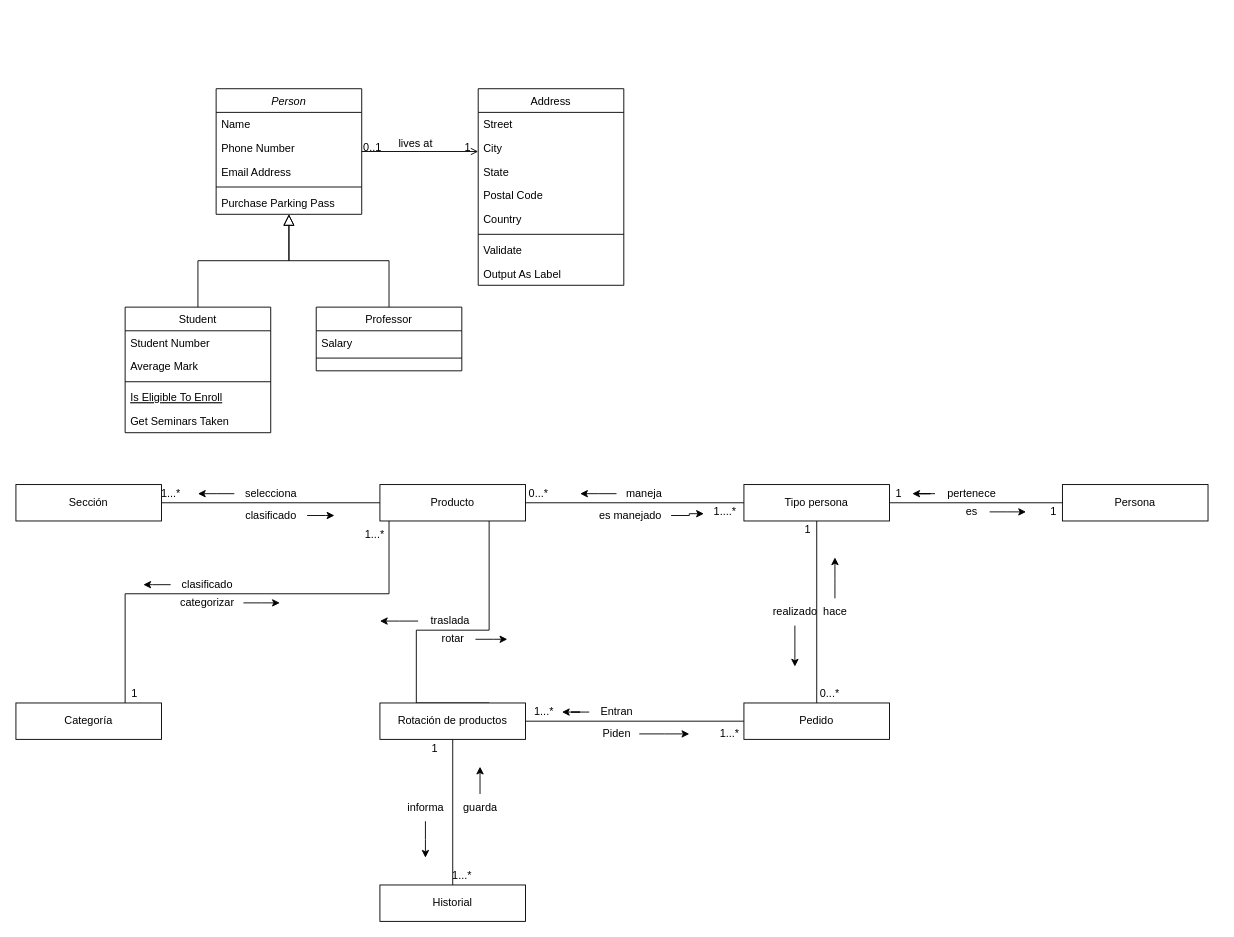
This is Extraclase/Modelo de dominio/Modelo de dominio detallado/Modelo de dominio detallado.drawio from DOOPan2022/Presupuesto, a draw.io file, before an edit. Source tidied: cells renumbered, new cells numbered last; positions are measured from the earlier drawing's top-left corner, leaving out a move shared by most shapes. Both pictures are drawn from the tidied source at 91%, with x=0, y=0 at pixel (15, 88).
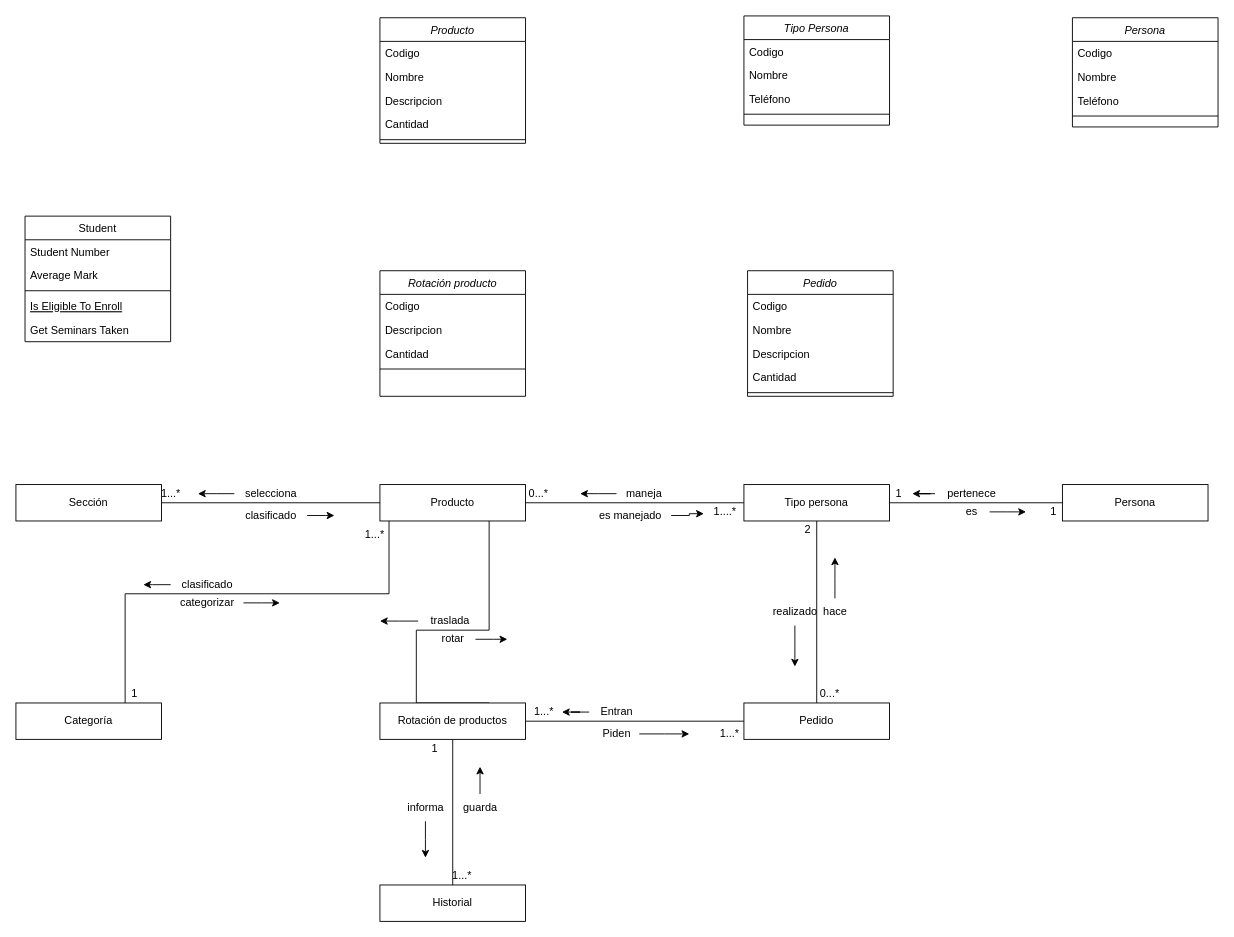
Above is the later version.

Change to the diagram source:
```diff
@@
-    <mxCell id="2" value="Person" style="swimlane;fontStyle=2;align=center;verticalAlign=top;horizontal=1;startSize=26;rounded=0;shadow=0;strokeWidth=1;" parent="1" vertex="1">
-      <mxGeometry x="220" width="160" height="138" as="geometry" />
+    <mxCell id="2" value="Persona" style="swimlane;fontStyle=2;align=center;verticalAlign=top;horizontal=1;startSize=26;rounded=0;shadow=0;strokeWidth=1;" parent="1" vertex="1">
+      <mxGeometry x="1161" y="-78" width="160" height="120" as="geometry" />
     </mxCell>
+    <mxCell id="93" value="Codigo" style="text;align=left;verticalAlign=top;spacingLeft=4;spacingRight=4;overflow=hidden;" parent="2" vertex="1">
+      <mxGeometry y="26" width="160" height="26" as="geometry" />
+    </mxCell>
-    <mxCell id="3" value="Name" style="text;align=left;verticalAlign=top;spacingLeft=4;spacingRight=4;overflow=hidden;" parent="2" vertex="1">
-      <mxGeometry y="26" width="160" height="26" as="geometry" />
+    <mxCell id="3" value="Nombre" style="text;align=left;verticalAlign=top;spacingLeft=4;spacingRight=4;overflow=hidden;" parent="2" vertex="1">
+      <mxGeometry y="52" width="160" height="26" as="geometry" />
     </mxCell>
-    <mxCell id="4" value="Phone Number" style="text;align=left;verticalAlign=top;spacingLeft=4;spacingRight=4;overflow=hidden;rounded=0;shadow=0;html=0;" parent="2" vertex="1">
-      <mxGeometry y="52" width="160" height="26" as="geometry" />
+    <mxCell id="4" value="Teléfono" style="text;align=left;verticalAlign=top;spacingLeft=4;spacingRight=4;overflow=hidden;rounded=0;shadow=0;html=0;" parent="2" vertex="1">
+      <mxGeometry y="78" width="160" height="26" as="geometry" />
     </mxCell>
-    <mxCell id="5" value="Email Address" style="text;align=left;verticalAlign=top;spacingLeft=4;spacingRight=4;overflow=hidden;rounded=0;shadow=0;html=0;" parent="2" vertex="1">
-      <mxGeometry y="78" width="160" height="26" as="geometry" />
-    </mxCell>
@@
-    <mxCell id="7" value="Purchase Parking Pass" style="text;align=left;verticalAlign=top;spacingLeft=4;spacingRight=4;overflow=hidden;" parent="2" vertex="1">
-      <mxGeometry y="112" width="160" height="26" as="geometry" />
-    </mxCell>
     <mxCell id="8" value="Student" style="swimlane;fontStyle=0;align=center;verticalAlign=top;horizontal=1;startSize=26;rounded=0;shadow=0;strokeWidth=1;" parent="1" vertex="1">
-      <mxGeometry x="120" y="240" width="160" height="138" as="geometry" />
+      <mxGeometry x="10" y="140" width="160" height="138" as="geometry" />
     </mxCell>
@@
-    <mxCell id="14" style="endArrow=block;endSize=10;endFill=0;shadow=0;strokeWidth=1;rounded=0;edgeStyle=elbowEdgeStyle;elbow=vertical;" parent="1" edge="1" source="8" target="2">
-      <mxGeometry relative="1" as="geometry" />
-    </mxCell>
-    <mxCell id="15" value="Professor" style="swimlane;fontStyle=0;align=center;verticalAlign=top;horizontal=1;startSize=26;rounded=0;shadow=0;strokeWidth=1;" parent="1" vertex="1">
-      <mxGeometry x="330" y="240" width="160" height="70" as="geometry" />
-    </mxCell>
-    <mxCell id="16" value="Salary" style="text;align=left;verticalAlign=top;spacingLeft=4;spacingRight=4;overflow=hidden;" parent="15" vertex="1">
-      <mxGeometry y="26" width="160" height="26" as="geometry" />
-    </mxCell>
-    <mxCell id="17" style="line;html=1;strokeWidth=1;align=left;verticalAlign=middle;spacingTop=-1;spacingLeft=3;spacingRight=3;labelPosition=right;" parent="15" vertex="1">
-      <mxGeometry y="52" width="160" height="8" as="geometry" />
-    </mxCell>
-    <mxCell id="18" style="endArrow=block;endSize=10;endFill=0;shadow=0;strokeWidth=1;rounded=0;edgeStyle=elbowEdgeStyle;elbow=vertical;" parent="1" edge="1" source="15" target="2">
-      <mxGeometry relative="1" as="geometry" />
-    </mxCell>
-    <mxCell id="19" value="Address" style="swimlane;fontStyle=0;align=center;verticalAlign=top;horizontal=1;startSize=26;rounded=0;shadow=0;strokeWidth=1;" parent="1" vertex="1">
-      <mxGeometry x="508" width="160" height="216" as="geometry" />
-    </mxCell>
-    <mxCell id="20" value="Street" style="text;align=left;verticalAlign=top;spacingLeft=4;spacingRight=4;overflow=hidden;" parent="19" vertex="1">
-      <mxGeometry y="26" width="160" height="26" as="geometry" />
-    </mxCell>
-    <mxCell id="21" value="City" style="text;align=left;verticalAlign=top;spacingLeft=4;spacingRight=4;overflow=hidden;rounded=0;shadow=0;html=0;" parent="19" vertex="1">
-      <mxGeometry y="52" width="160" height="26" as="geometry" />
-    </mxCell>
-    <mxCell id="22" value="State" style="text;align=left;verticalAlign=top;spacingLeft=4;spacingRight=4;overflow=hidden;rounded=0;shadow=0;html=0;" parent="19" vertex="1">
-      <mxGeometry y="78" width="160" height="26" as="geometry" />
-    </mxCell>
-    <mxCell id="23" value="Postal Code" style="text;align=left;verticalAlign=top;spacingLeft=4;spacingRight=4;overflow=hidden;rounded=0;shadow=0;html=0;" parent="19" vertex="1">
-      <mxGeometry y="104" width="160" height="26" as="geometry" />
-    </mxCell>
-    <mxCell id="24" value="Country" style="text;align=left;verticalAlign=top;spacingLeft=4;spacingRight=4;overflow=hidden;rounded=0;shadow=0;html=0;" parent="19" vertex="1">
-      <mxGeometry y="130" width="160" height="26" as="geometry" />
-    </mxCell>
-    <mxCell id="25" style="line;html=1;strokeWidth=1;align=left;verticalAlign=middle;spacingTop=-1;spacingLeft=3;spacingRight=3;labelPosition=right;" parent="19" vertex="1">
-      <mxGeometry y="156" width="160" height="8" as="geometry" />
-    </mxCell>
-    <mxCell id="26" value="Validate" style="text;align=left;verticalAlign=top;spacingLeft=4;spacingRight=4;overflow=hidden;" parent="19" vertex="1">
-      <mxGeometry y="164" width="160" height="26" as="geometry" />
-    </mxCell>
-    <mxCell id="27" value="Output As Label" style="text;align=left;verticalAlign=top;spacingLeft=4;spacingRight=4;overflow=hidden;" parent="19" vertex="1">
-      <mxGeometry y="190" width="160" height="26" as="geometry" />
-    </mxCell>
-    <mxCell id="28" style="endArrow=open;shadow=0;strokeWidth=1;rounded=0;endFill=1;edgeStyle=elbowEdgeStyle;elbow=vertical;" parent="1" edge="1" source="2" target="19">
-      <mxGeometry x="0.5" y="41" relative="1" as="geometry">
-        <mxPoint x="-40" y="32" as="offset" />
-      </mxGeometry>
-    </mxCell>
-    <mxCell id="29" value="0..1" style="align=left;verticalAlign=bottom;labelBackgroundColor=none;fontSize=12;" parent="28" vertex="1">
-      <mxGeometry x="-1" relative="1" as="geometry">
-        <mxPoint y="4" as="offset" />
-      </mxGeometry>
-    </mxCell>
-    <mxCell id="30" value="1" style="align=right;verticalAlign=bottom;labelBackgroundColor=none;fontSize=12;" parent="28" vertex="1">
-      <mxGeometry x="1" relative="1" as="geometry">
-        <mxPoint x="-7" y="4" as="offset" />
-      </mxGeometry>
-    </mxCell>
-    <mxCell id="31" value="lives at" style="text;html=1;align=center;verticalAlign=middle;labelBackgroundColor=none;rounded=0;shadow=0;strokeWidth=1;fontSize=12;" parent="28" vertex="1">
-      <mxGeometry x="0.5" y="49" relative="1" as="geometry">
-        <mxPoint x="-38" y="40" as="offset" />
-      </mxGeometry>
-    </mxCell>
@@
-    <mxCell id="82" value="1" style="text;html=1;align=center;verticalAlign=middle;strokeColor=none;fillColor=none;" parent="1" vertex="1">
+    <mxCell id="82" value="2" style="text;html=1;align=center;verticalAlign=middle;strokeColor=none;fillColor=none;" parent="1" vertex="1">
       <mxGeometry x="855" y="470" width="30" height="30" as="geometry" />
     </mxCell>
@@
+    <mxCell id="94" value="Tipo Persona" style="swimlane;fontStyle=2;align=center;verticalAlign=top;horizontal=1;startSize=26;rounded=0;shadow=0;strokeWidth=1;" parent="1" vertex="1">
+      <mxGeometry x="800" y="-80" width="160" height="120" as="geometry" />
+    </mxCell>
+    <mxCell id="95" value="Codigo" style="text;align=left;verticalAlign=top;spacingLeft=4;spacingRight=4;overflow=hidden;" parent="94" vertex="1">
+      <mxGeometry y="26" width="160" height="26" as="geometry" />
+    </mxCell>
+    <mxCell id="96" value="Nombre" style="text;align=left;verticalAlign=top;spacingLeft=4;spacingRight=4;overflow=hidden;" parent="94" vertex="1">
+      <mxGeometry y="52" width="160" height="26" as="geometry" />
+    </mxCell>
+    <mxCell id="97" value="Teléfono" style="text;align=left;verticalAlign=top;spacingLeft=4;spacingRight=4;overflow=hidden;rounded=0;shadow=0;html=0;" parent="94" vertex="1">
+      <mxGeometry y="78" width="160" height="26" as="geometry" />
+    </mxCell>
+    <mxCell id="98" style="line;html=1;strokeWidth=1;align=left;verticalAlign=middle;spacingTop=-1;spacingLeft=3;spacingRight=3;labelPosition=right;" parent="94" vertex="1">
+      <mxGeometry y="104" width="160" height="8" as="geometry" />
+    </mxCell>
+    <mxCell id="99" value="Producto" style="swimlane;fontStyle=2;align=center;verticalAlign=top;horizontal=1;startSize=26;rounded=0;shadow=0;strokeWidth=1;" parent="1" vertex="1">
+      <mxGeometry x="400" y="-78" width="160" height="138" as="geometry" />
+    </mxCell>
+    <mxCell id="100" value="Codigo" style="text;align=left;verticalAlign=top;spacingLeft=4;spacingRight=4;overflow=hidden;" parent="99" vertex="1">
+      <mxGeometry y="26" width="160" height="26" as="geometry" />
+    </mxCell>
+    <mxCell id="101" value="Nombre" style="text;align=left;verticalAlign=top;spacingLeft=4;spacingRight=4;overflow=hidden;" parent="99" vertex="1">
+      <mxGeometry y="52" width="160" height="26" as="geometry" />
+    </mxCell>
+    <mxCell id="102" value="Descripcion" style="text;align=left;verticalAlign=top;spacingLeft=4;spacingRight=4;overflow=hidden;rounded=0;shadow=0;html=0;" parent="99" vertex="1">
+      <mxGeometry y="78" width="160" height="26" as="geometry" />
+    </mxCell>
+    <mxCell id="103" value="Cantidad" style="text;align=left;verticalAlign=top;spacingLeft=4;spacingRight=4;overflow=hidden;rounded=0;shadow=0;html=0;" parent="99" vertex="1">
+      <mxGeometry y="104" width="160" height="26" as="geometry" />
+    </mxCell>
+    <mxCell id="104" style="line;html=1;strokeWidth=1;align=left;verticalAlign=middle;spacingTop=-1;spacingLeft=3;spacingRight=3;labelPosition=right;" parent="99" vertex="1">
+      <mxGeometry y="130" width="160" height="8" as="geometry" />
+    </mxCell>
+    <mxCell id="105" value="Rotación producto" style="swimlane;fontStyle=2;align=center;verticalAlign=top;horizontal=1;startSize=26;rounded=0;shadow=0;strokeWidth=1;" parent="1" vertex="1">
+      <mxGeometry x="400" y="200" width="160" height="138" as="geometry" />
+    </mxCell>
+    <mxCell id="106" value="Codigo" style="text;align=left;verticalAlign=top;spacingLeft=4;spacingRight=4;overflow=hidden;" parent="105" vertex="1">
+      <mxGeometry y="26" width="160" height="26" as="geometry" />
+    </mxCell>
+    <mxCell id="107" value="Descripcion" style="text;align=left;verticalAlign=top;spacingLeft=4;spacingRight=4;overflow=hidden;rounded=0;shadow=0;html=0;" parent="105" vertex="1">
+      <mxGeometry y="52" width="160" height="26" as="geometry" />
+    </mxCell>
+    <mxCell id="108" value="Cantidad" style="text;align=left;verticalAlign=top;spacingLeft=4;spacingRight=4;overflow=hidden;rounded=0;shadow=0;html=0;" parent="105" vertex="1">
+      <mxGeometry y="78" width="160" height="26" as="geometry" />
+    </mxCell>
+    <mxCell id="109" style="line;html=1;strokeWidth=1;align=left;verticalAlign=middle;spacingTop=-1;spacingLeft=3;spacingRight=3;labelPosition=right;" parent="105" vertex="1">
+      <mxGeometry y="104" width="160" height="8" as="geometry" />
+    </mxCell>
+    <mxCell id="110" value="Pedido" style="swimlane;fontStyle=2;align=center;verticalAlign=top;horizontal=1;startSize=26;rounded=0;shadow=0;strokeWidth=1;" parent="1" vertex="1">
+      <mxGeometry x="804" y="200" width="160" height="138" as="geometry" />
+    </mxCell>
+    <mxCell id="111" value="Codigo" style="text;align=left;verticalAlign=top;spacingLeft=4;spacingRight=4;overflow=hidden;" parent="110" vertex="1">
+      <mxGeometry y="26" width="160" height="26" as="geometry" />
+    </mxCell>
+    <mxCell id="112" value="Nombre" style="text;align=left;verticalAlign=top;spacingLeft=4;spacingRight=4;overflow=hidden;" parent="110" vertex="1">
+      <mxGeometry y="52" width="160" height="26" as="geometry" />
+    </mxCell>
+    <mxCell id="113" value="Descripcion" style="text;align=left;verticalAlign=top;spacingLeft=4;spacingRight=4;overflow=hidden;rounded=0;shadow=0;html=0;" parent="110" vertex="1">
+      <mxGeometry y="78" width="160" height="26" as="geometry" />
+    </mxCell>
+    <mxCell id="114" value="Cantidad" style="text;align=left;verticalAlign=top;spacingLeft=4;spacingRight=4;overflow=hidden;rounded=0;shadow=0;html=0;" parent="110" vertex="1">
+      <mxGeometry y="104" width="160" height="26" as="geometry" />
+    </mxCell>
+    <mxCell id="115" style="line;html=1;strokeWidth=1;align=left;verticalAlign=middle;spacingTop=-1;spacingLeft=3;spacingRight=3;labelPosition=right;" parent="110" vertex="1">
+      <mxGeometry y="130" width="160" height="8" as="geometry" />
+    </mxCell>
```
